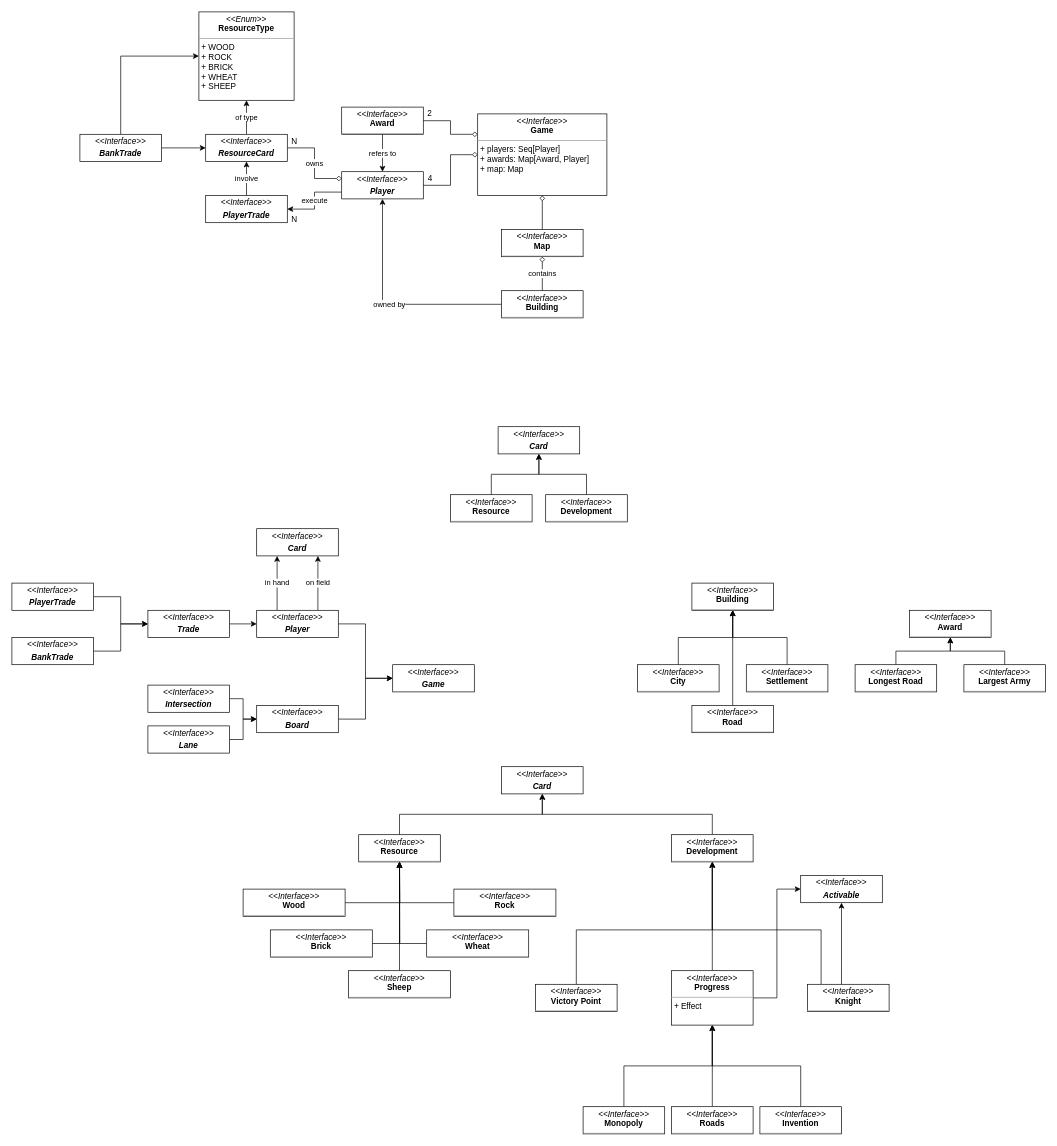
This is scatan.drawio from zucchero-sintattico/pps-22-scatan, a draw.io file, before an edit. Source tidied: cells renumbered, new cells numbered last; positions are measured from the earlier drawing's top-left corner, leaving out a move shared by most shapes. Both pictures are drawn from the tidied source at 68%, with x=0, y=0 at pixel (12, 12).
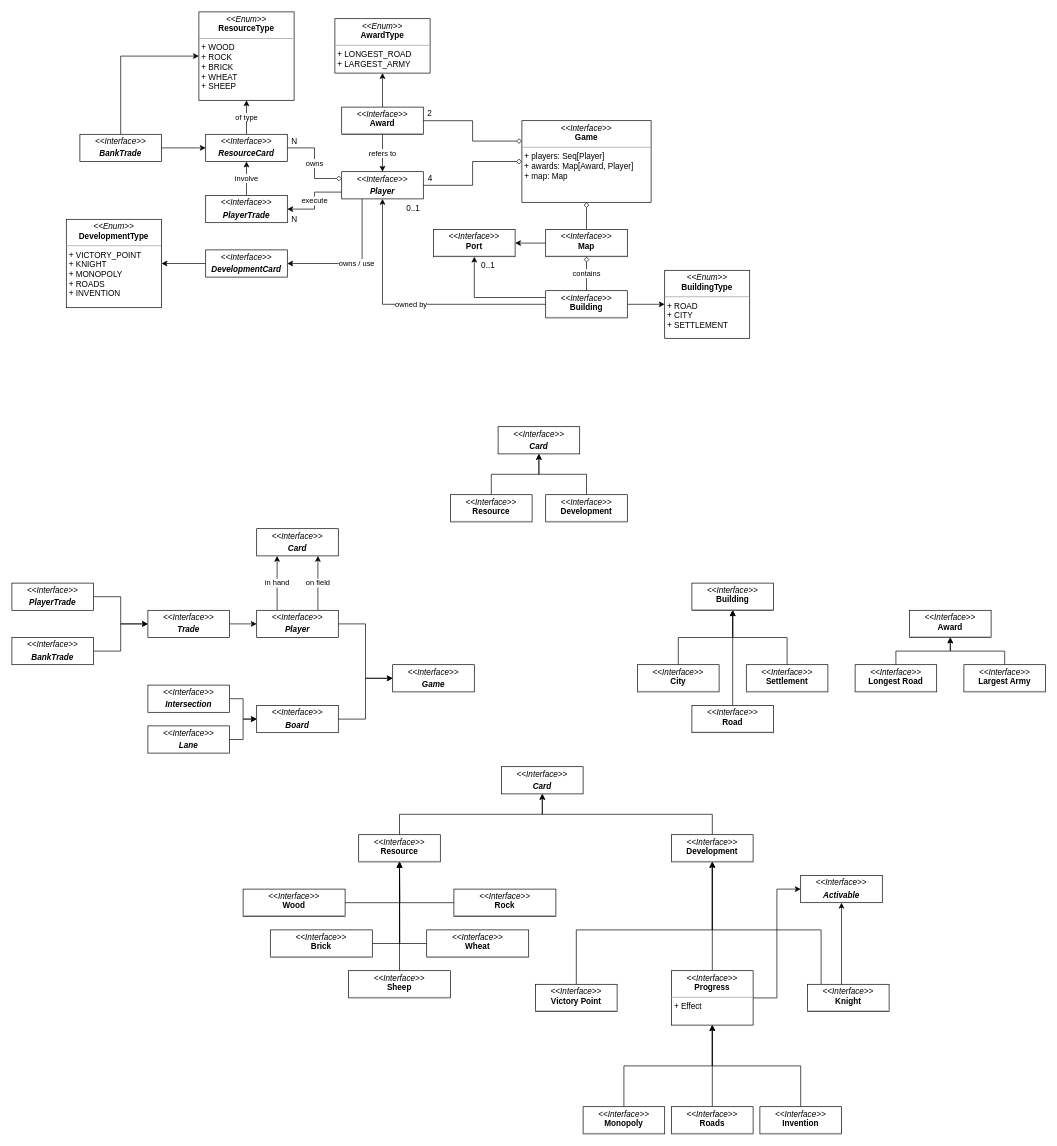
After the change.

Commit message:
docs: improved domain

Unchanged cells that the change refers to:
```xml
<mxCell id="71" value="&lt;p style=&quot;margin:0px;margin-top:4px;text-align:center;&quot;&gt;&lt;i&gt;&amp;lt;&amp;lt;Interface&amp;gt;&amp;gt;&lt;/i&gt;&lt;br&gt;&lt;b&gt;Award&lt;/b&gt;&lt;/p&gt;&lt;hr size=&quot;1&quot;&gt;&lt;p style=&quot;margin:0px;margin-left:4px;&quot;&gt;&lt;br&gt;&lt;/p&gt;" style="verticalAlign=top;align=left;overflow=fill;fontSize=12;fontFamily=Helvetica;html=1;whiteSpace=wrap;" parent="1" vertex="1">
  <mxGeometry x="485" y="140" width="120" height="40" as="geometry" />
</mxCell>
<mxCell id="73" value="&lt;p style=&quot;margin:0px;margin-top:4px;text-align:center;&quot;&gt;&lt;i&gt;&amp;lt;&amp;lt;Interface&amp;gt;&amp;gt;&lt;/i&gt;&lt;br&gt;&lt;/p&gt;&lt;p style=&quot;margin:0px;margin-top:4px;text-align:center;&quot;&gt;&lt;i&gt;&lt;b&gt;Player&lt;/b&gt;&lt;/i&gt;&lt;/p&gt;&lt;p style=&quot;margin:0px;margin-left:4px;&quot;&gt;&lt;br&gt;&lt;/p&gt;" style="verticalAlign=top;align=left;overflow=fill;fontSize=12;fontFamily=Helvetica;html=1;whiteSpace=wrap;" parent="1" vertex="1">
  <mxGeometry x="485" y="235" width="120" height="40" as="geometry" />
</mxCell>
```

Diff of the diagram source:
```diff
@@
+    <mxCell id="92" style="edgeStyle=orthogonalEdgeStyle;rounded=0;jettySize=auto;html=1;exitX=0;exitY=0.25;exitDx=0;exitDy=0;entryX=0.5;entryY=1;entryDx=0;entryDy=0;" parent="1" edge="1" source="69" target="100">
+      <mxGeometry relative="1" as="geometry" />
+    </mxCell>
+    <mxCell id="93" style="edgeStyle=orthogonalEdgeStyle;rounded=0;jettySize=auto;html=1;exitX=1;exitY=0.5;exitDx=0;exitDy=0;entryX=0;entryY=0.5;entryDx=0;entryDy=0;" parent="1" edge="1" source="69" target="103">
+      <mxGeometry relative="1" as="geometry" />
+    </mxCell>
     <mxCell id="69" value="&lt;p style=&quot;margin:0px;margin-top:4px;text-align:center;&quot;&gt;&lt;i&gt;&amp;lt;&amp;lt;Interface&amp;gt;&amp;gt;&lt;/i&gt;&lt;br&gt;&lt;b&gt;Building&lt;/b&gt;&lt;/p&gt;&lt;hr size=&quot;1&quot;&gt;&lt;p style=&quot;margin:0px;margin-left:4px;&quot;&gt;&lt;br&gt;&lt;/p&gt;" style="verticalAlign=top;align=left;overflow=fill;fontSize=12;fontFamily=Helvetica;html=1;whiteSpace=wrap;" parent="1" vertex="1">
-      <mxGeometry x="720" y="410" width="120" height="40" as="geometry" />
+      <mxGeometry x="785" y="410" width="120" height="40" as="geometry" />
     </mxCell>
@@
+    <mxCell id="94" style="edgeStyle=orthogonalEdgeStyle;rounded=0;jettySize=auto;html=1;exitX=0.5;exitY=0;exitDx=0;exitDy=0;entryX=0.5;entryY=1;entryDx=0;entryDy=0;" parent="1" edge="1" source="71" target="104">
+      <mxGeometry relative="1" as="geometry" />
+    </mxCell>
@@
+    <mxCell id="95" value="owns / use" style="edgeStyle=orthogonalEdgeStyle;rounded=0;jettySize=auto;html=1;exitX=0.25;exitY=1;exitDx=0;exitDy=0;entryX=1;entryY=0.5;entryDx=0;entryDy=0;" parent="1" edge="1" source="73" target="98">
+      <mxGeometry relative="1" as="geometry" />
+    </mxCell>
@@
     <mxCell id="78" value="&lt;p style=&quot;margin:0px;margin-top:4px;text-align:center;&quot;&gt;&lt;i&gt;&amp;lt;&amp;lt;Interface&amp;gt;&amp;gt;&lt;/i&gt;&lt;br&gt;&lt;b&gt;Game&lt;/b&gt;&lt;/p&gt;&lt;hr size=&quot;1&quot;&gt;&lt;p style=&quot;margin:0px;margin-left:4px;&quot;&gt;+ players: Seq[Player]&lt;/p&gt;&lt;p style=&quot;margin:0px;margin-left:4px;&quot;&gt;+ awards: Map[Award, Player]&lt;/p&gt;&lt;p style=&quot;margin:0px;margin-left:4px;&quot;&gt;+ map: Map&lt;/p&gt;" style="verticalAlign=top;align=left;overflow=fill;fontSize=12;fontFamily=Helvetica;html=1;whiteSpace=wrap;" parent="1" vertex="1">
-      <mxGeometry x="685" y="150" width="190" height="120" as="geometry" />
+      <mxGeometry x="750" y="160" width="190" height="120" as="geometry" />
     </mxCell>
@@
+    <mxCell id="96" style="edgeStyle=orthogonalEdgeStyle;rounded=0;jettySize=auto;html=1;exitX=0;exitY=0.5;exitDx=0;exitDy=0;entryX=1;entryY=0.5;entryDx=0;entryDy=0;" parent="1" edge="1" source="81" target="100">
+      <mxGeometry relative="1" as="geometry" />
+    </mxCell>
     <mxCell id="81" value="&lt;p style=&quot;margin:0px;margin-top:4px;text-align:center;&quot;&gt;&lt;i&gt;&amp;lt;&amp;lt;Interface&amp;gt;&amp;gt;&lt;/i&gt;&lt;br&gt;&lt;b&gt;Map&lt;/b&gt;&lt;/p&gt;&lt;hr size=&quot;1&quot;&gt;&lt;p style=&quot;margin:0px;margin-left:4px;&quot;&gt;&lt;br&gt;&lt;/p&gt;" style="verticalAlign=top;align=left;overflow=fill;fontSize=12;fontFamily=Helvetica;html=1;whiteSpace=wrap;" parent="1" vertex="1">
-      <mxGeometry x="720" y="320" width="120" height="40" as="geometry" />
+      <mxGeometry x="785" y="320" width="120" height="40" as="geometry" />
     </mxCell>
@@
+    <mxCell id="97" style="edgeStyle=orthogonalEdgeStyle;rounded=0;jettySize=auto;html=1;exitX=0;exitY=0.5;exitDx=0;exitDy=0;entryX=1;entryY=0.5;entryDx=0;entryDy=0;" parent="1" edge="1" source="98" target="99">
+      <mxGeometry relative="1" as="geometry" />
+    </mxCell>
+    <mxCell id="98" value="&lt;p style=&quot;margin:0px;margin-top:4px;text-align:center;&quot;&gt;&lt;i&gt;&amp;lt;&amp;lt;Interface&amp;gt;&amp;gt;&lt;/i&gt;&lt;br&gt;&lt;/p&gt;&lt;p style=&quot;margin:0px;margin-top:4px;text-align:center;&quot;&gt;&lt;i&gt;&lt;b&gt;DevelopmentCard&lt;/b&gt;&lt;/i&gt;&lt;/p&gt;&lt;p style=&quot;margin:0px;margin-left:4px;&quot;&gt;&lt;br&gt;&lt;/p&gt;" style="verticalAlign=top;align=left;overflow=fill;fontSize=12;fontFamily=Helvetica;html=1;whiteSpace=wrap;" parent="1" vertex="1">
+      <mxGeometry x="285" y="350" width="120" height="40" as="geometry" />
+    </mxCell>
+    <mxCell id="99" value="&lt;p style=&quot;margin:0px;margin-top:4px;text-align:center;&quot;&gt;&lt;i&gt;&amp;lt;&amp;lt;Enum&amp;gt;&amp;gt;&lt;/i&gt;&lt;br&gt;&lt;b&gt;DevelopmentType&lt;/b&gt;&lt;/p&gt;&lt;hr size=&quot;1&quot;&gt;&lt;p style=&quot;margin:0px;margin-left:4px;&quot;&gt;+ VICTORY_POINT&lt;/p&gt;&lt;p style=&quot;margin:0px;margin-left:4px;&quot;&gt;+ KNIGHT&lt;/p&gt;&lt;p style=&quot;margin:0px;margin-left:4px;&quot;&gt;+ MONOPOLY&lt;/p&gt;&lt;p style=&quot;margin:0px;margin-left:4px;&quot;&gt;+ ROADS&lt;/p&gt;&lt;p style=&quot;margin:0px;margin-left:4px;&quot;&gt;+ INVENTION&lt;/p&gt;" style="verticalAlign=top;align=left;overflow=fill;fontSize=12;fontFamily=Helvetica;html=1;whiteSpace=wrap;" parent="1" vertex="1">
+      <mxGeometry x="80" y="305" width="140" height="130" as="geometry" />
+    </mxCell>
+    <mxCell id="100" value="&lt;p style=&quot;margin:0px;margin-top:4px;text-align:center;&quot;&gt;&lt;i&gt;&amp;lt;&amp;lt;Interface&amp;gt;&amp;gt;&lt;/i&gt;&lt;br&gt;&lt;b&gt;Port&lt;/b&gt;&lt;/p&gt;&lt;hr size=&quot;1&quot;&gt;&lt;p style=&quot;margin:0px;margin-left:4px;&quot;&gt;&lt;br&gt;&lt;/p&gt;" style="verticalAlign=top;align=left;overflow=fill;fontSize=12;fontFamily=Helvetica;html=1;whiteSpace=wrap;" parent="1" vertex="1">
+      <mxGeometry x="620" y="320" width="120" height="40" as="geometry" />
+    </mxCell>
+    <mxCell id="101" value="0..1" style="text;html=1;align=center;verticalAlign=middle;strokeColor=none;fillColor=none;" parent="1" vertex="1">
+      <mxGeometry x="570" y="275" width="40" height="30" as="geometry" />
+    </mxCell>
+    <mxCell id="102" value="0..1" style="text;html=1;align=center;verticalAlign=middle;strokeColor=none;fillColor=none;" parent="1" vertex="1">
+      <mxGeometry x="680" y="358" width="40" height="30" as="geometry" />
+    </mxCell>
+    <mxCell id="103" value="&lt;p style=&quot;margin:0px;margin-top:4px;text-align:center;&quot;&gt;&lt;i&gt;&amp;lt;&amp;lt;Enum&amp;gt;&amp;gt;&lt;/i&gt;&lt;br&gt;&lt;b&gt;BuildingType&lt;/b&gt;&lt;/p&gt;&lt;hr size=&quot;1&quot;&gt;&lt;p style=&quot;margin:0px;margin-left:4px;&quot;&gt;+ ROAD&lt;/p&gt;&lt;p style=&quot;margin:0px;margin-left:4px;&quot;&gt;+ CITY&lt;/p&gt;&lt;p style=&quot;margin:0px;margin-left:4px;&quot;&gt;+ SETTLEMENT&lt;/p&gt;" style="verticalAlign=top;align=left;overflow=fill;fontSize=12;fontFamily=Helvetica;html=1;whiteSpace=wrap;" parent="1" vertex="1">
+      <mxGeometry x="960" y="380" width="125" height="100" as="geometry" />
+    </mxCell>
+    <mxCell id="104" value="&lt;p style=&quot;margin:0px;margin-top:4px;text-align:center;&quot;&gt;&lt;i&gt;&amp;lt;&amp;lt;Enum&amp;gt;&amp;gt;&lt;/i&gt;&lt;br&gt;&lt;b&gt;AwardType&lt;/b&gt;&lt;/p&gt;&lt;hr size=&quot;1&quot;&gt;&lt;p style=&quot;margin:0px;margin-left:4px;&quot;&gt;+ LONGEST_ROAD&lt;/p&gt;&lt;p style=&quot;margin:0px;margin-left:4px;&quot;&gt;+ LARGEST_ARMY&lt;/p&gt;" style="verticalAlign=top;align=left;overflow=fill;fontSize=12;fontFamily=Helvetica;html=1;whiteSpace=wrap;" parent="1" vertex="1">
+      <mxGeometry x="475" y="10" width="140" height="80" as="geometry" />
+    </mxCell>
```
